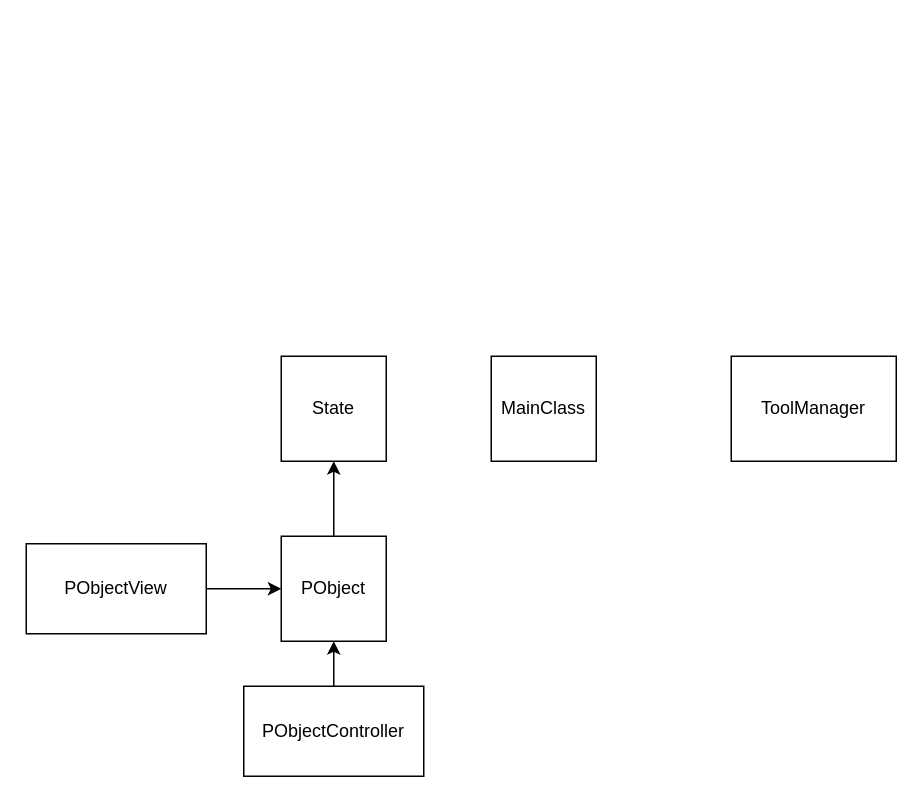
gabrielsalvador/kines-thesia keeps this draw.io diagram as Untitled Diagram.drawio. Above is the earlier version. Source tidied: cells renumbered, new cells numbered last; positions are measured from the earlier drawing's top-left corner, leaving out a move shared by most shapes. Both pictures are drawn from the tidied source at 150%, with x=0, y=0 at pixel (26, 356).
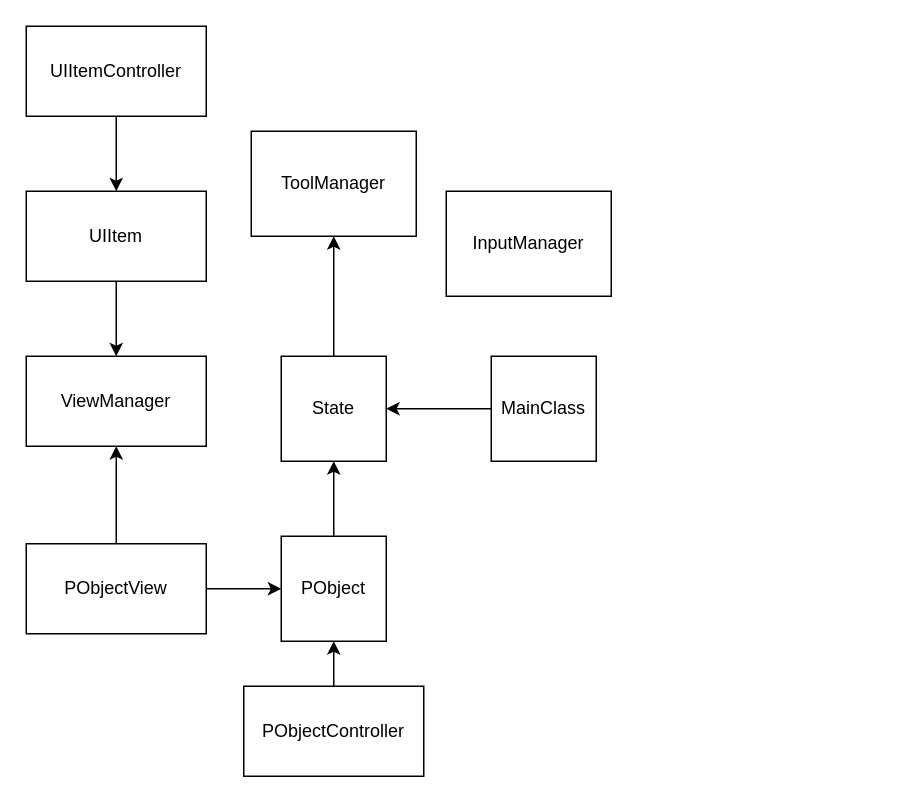
The same page after the edit.

The edit, as a diff of the source:
```diff
@@
 <mxGraphModel>
   <root>
     <mxCell id="0" />
     <mxCell id="1" parent="0" />
+    <mxCell id="11" style="edgeStyle=orthogonalEdgeStyle;rounded=0;jettySize=auto;html=1;" parent="1" edge="1" source="2" target="4">
+      <mxGeometry relative="1" as="geometry" />
+    </mxCell>
     <mxCell id="2" value="MainClass" style="whiteSpace=wrap;html=1;" parent="1" vertex="1">
       <mxGeometry x="310" width="70" height="70" as="geometry" />
     </mxCell>
     <mxCell id="3" value="ToolManager&lt;br&gt;" style="rounded=0;whiteSpace=wrap;html=1;" parent="1" vertex="1">
-      <mxGeometry x="470" width="110" height="70" as="geometry" />
+      <mxGeometry x="150" y="-150" width="110" height="70" as="geometry" />
     </mxCell>
+    <mxCell id="12" style="edgeStyle=orthogonalEdgeStyle;rounded=0;jettySize=auto;html=1;" parent="1" edge="1" source="4" target="3">
+      <mxGeometry relative="1" as="geometry" />
+    </mxCell>
     <mxCell id="4" value="State&lt;br&gt;" style="whiteSpace=wrap;html=1;" parent="1" vertex="1">
       <mxGeometry x="170" width="70" height="70" as="geometry" />
     </mxCell>
     <mxCell id="5" value="PObject" style="whiteSpace=wrap;html=1;" parent="1" vertex="1">
       <mxGeometry x="170" y="120" width="70" height="70" as="geometry" />
     </mxCell>
     <mxCell id="6" style="endArrow=classic;html=1;rounded=0;entryX=0.5;entryY=1;entryDx=0;entryDy=0;exitX=0.5;exitY=0;exitDx=0;exitDy=0;" parent="1" edge="1" source="5" target="4">
       <mxGeometry relative="1" as="geometry" />
     </mxCell>
     <mxCell id="7" style="edgeStyle=orthogonalEdgeStyle;rounded=0;jettySize=auto;html=1;" parent="1" edge="1" source="8" target="5">
       <mxGeometry relative="1" as="geometry" />
     </mxCell>
     <mxCell id="8" value="PObjectController" style="rounded=0;whiteSpace=wrap;html=1;" parent="1" vertex="1">
       <mxGeometry x="145" y="220" width="120" height="60" as="geometry" />
     </mxCell>
     <mxCell id="9" style="edgeStyle=orthogonalEdgeStyle;rounded=0;jettySize=auto;html=1;" parent="1" edge="1" source="10" target="5">
       <mxGeometry relative="1" as="geometry" />
     </mxCell>
+    <mxCell id="13" style="edgeStyle=orthogonalEdgeStyle;rounded=0;jettySize=auto;html=1;" parent="1" edge="1" source="10" target="14">
+      <mxGeometry relative="1" as="geometry" />
+    </mxCell>
     <mxCell id="10" value="PObjectView" style="rounded=0;whiteSpace=wrap;html=1;" parent="1" vertex="1">
       <mxGeometry y="125" width="120" height="60" as="geometry" />
     </mxCell>
+    <mxCell id="14" value="ViewManager" style="rounded=0;whiteSpace=wrap;html=1;" parent="1" vertex="1">
+      <mxGeometry width="120" height="60" as="geometry" />
+    </mxCell>
+    <mxCell id="15" style="edgeStyle=orthogonalEdgeStyle;rounded=0;jettySize=auto;html=1;entryX=0.5;entryY=0;entryDx=0;entryDy=0;" parent="1" edge="1" source="16" target="14">
+      <mxGeometry relative="1" as="geometry" />
+    </mxCell>
+    <mxCell id="16" value="UIItem" style="rounded=0;whiteSpace=wrap;html=1;" parent="1" vertex="1">
+      <mxGeometry y="-110" width="120" height="60" as="geometry" />
+    </mxCell>
+    <mxCell id="17" style="edgeStyle=orthogonalEdgeStyle;rounded=0;jettySize=auto;html=1;entryX=0.5;entryY=0;entryDx=0;entryDy=0;" parent="1" edge="1" source="18" target="16">
+      <mxGeometry relative="1" as="geometry" />
+    </mxCell>
+    <mxCell id="18" value="UIItemController" style="rounded=0;whiteSpace=wrap;html=1;" parent="1" vertex="1">
+      <mxGeometry y="-220" width="120" height="60" as="geometry" />
+    </mxCell>
+    <mxCell id="19" value="InputManager" style="rounded=0;whiteSpace=wrap;html=1;" parent="1" vertex="1">
+      <mxGeometry x="280" y="-110" width="110" height="70" as="geometry" />
+    </mxCell>
   </root>
 </mxGraphModel>
```
